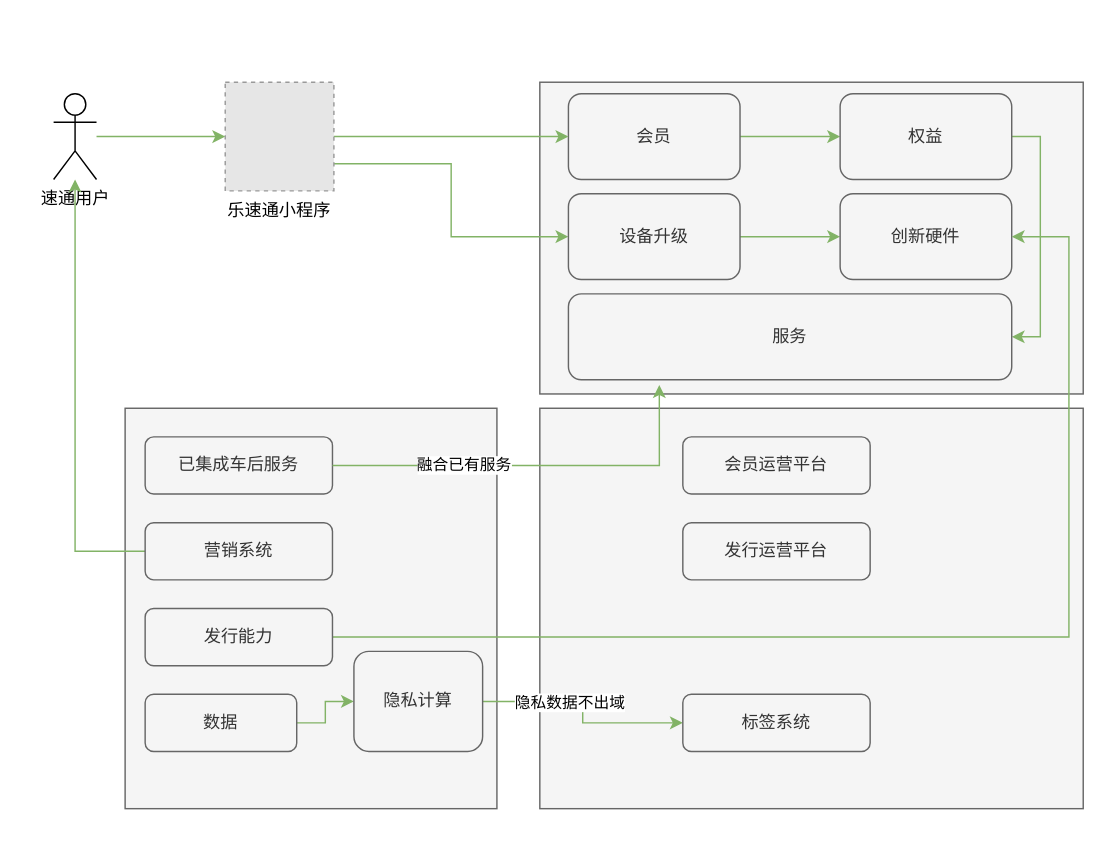
Above: test.drawio in gzwine/fashen (draw.io), before the change. Source tidied: cells renumbered, new cells numbered last; positions are measured from the earlier drawing's top-left corner, leaving out a move shared by most shapes. Both pictures are drawn from the tidied source at 143%, with x=0, y=0 at pixel (53, 82). Pictures stored in the file or linked from it are replaced by grey dashed boxes.
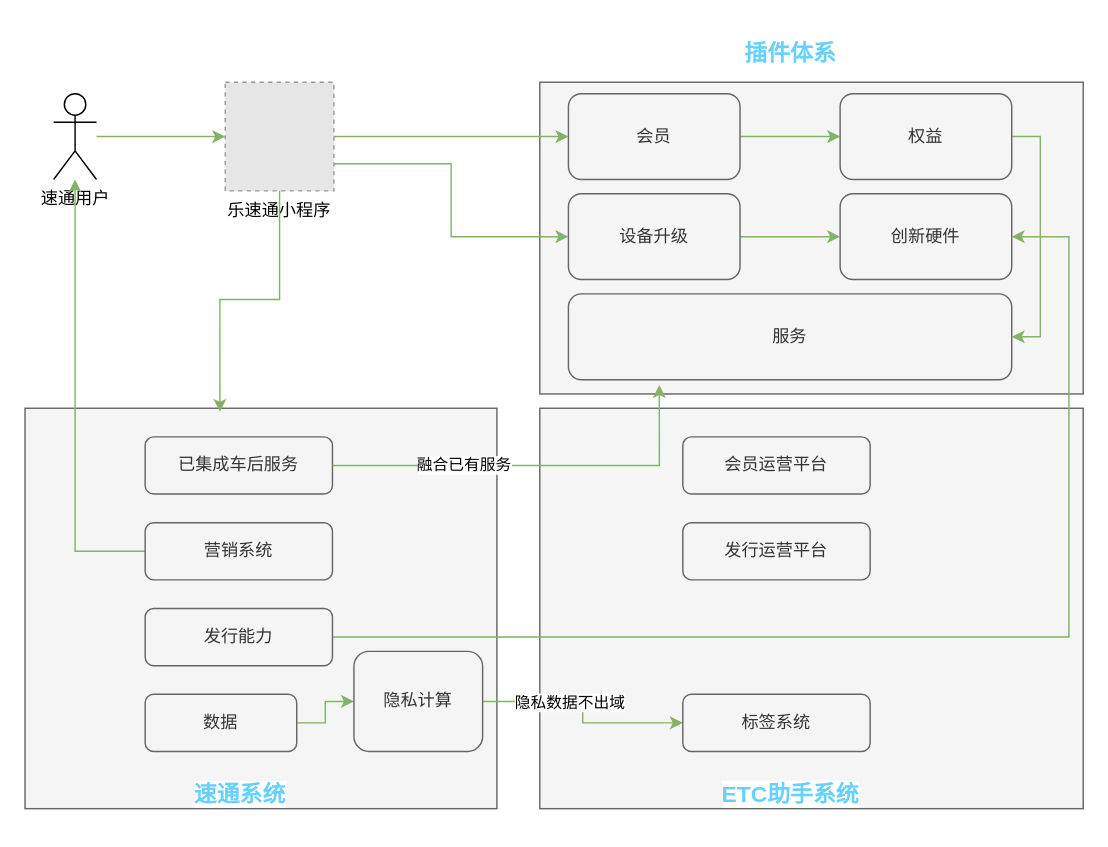
The same page after the edit.

Unchanged cells that the change refers to:
```xml
<mxCell id="7" value="乐速通小程序" style="fillColor=#E6E6E6;strokeColor=#999999;dashed=1;verticalLabelPosition=bottom;labelBackgroundColor=default;verticalAlign=top;" parent="1" vertex="1">
  <mxGeometry x="120" width="76" height="76" as="geometry" />
</mxCell>
```

Diff of the diagram source:
```diff
@@
     <mxCell id="16" style="rounded=0;whiteSpace=wrap;html=1;glass=0;strokeColor=#666666;align=center;verticalAlign=middle;fontFamily=Helvetica;fontSize=11;fontColor=default;labelBackgroundColor=default;fillColor=#f5f5f5;" parent="1" vertex="1">
-      <mxGeometry x="50" y="228" width="260" height="280" as="geometry" />
+      <mxGeometry x="-20" y="228" width="330" height="280" as="geometry" />
     </mxCell>
@@
+    <mxCell id="33" style="edgeStyle=orthogonalEdgeStyle;shape=connector;rounded=0;jettySize=auto;html=1;exitX=0.5;exitY=1;exitDx=0;exitDy=0;entryX=0.413;entryY=0.009;entryDx=0;entryDy=0;entryPerimeter=0;strokeColor=#82b366;align=center;verticalAlign=middle;fontFamily=Helvetica;fontSize=11;fontColor=default;labelBackgroundColor=default;endArrow=classic;flowAnimation=1;fillColor=#d5e8d4;" parent="1" edge="1" source="7" target="16">
+      <mxGeometry relative="1" as="geometry" />
+    </mxCell>
+    <mxCell id="34" value="速通系统" style="text;strokeColor=none;fillColor=none;html=1;fontSize=16;fontStyle=1;verticalAlign=middle;align=center;fontFamily=Helvetica;fontColor=#66D1FF;labelBackgroundColor=default;" parent="1" vertex="1">
+      <mxGeometry x="79.5" y="478" width="100" height="40" as="geometry" />
+    </mxCell>
+    <mxCell id="35" value="ETC助手系统" style="text;strokeColor=none;fillColor=none;html=1;fontSize=16;fontStyle=1;verticalAlign=middle;align=center;fontFamily=Helvetica;fontColor=#66D1FF;labelBackgroundColor=default;" parent="1" vertex="1">
+      <mxGeometry x="465" y="478" width="100" height="40" as="geometry" />
+    </mxCell>
+    <mxCell id="36" value="插件体系" style="text;strokeColor=none;fillColor=none;html=1;fontSize=16;fontStyle=1;verticalAlign=middle;align=center;fontFamily=Helvetica;fontColor=#66D1FF;labelBackgroundColor=default;" parent="1" vertex="1">
+      <mxGeometry x="465" y="-40" width="100" height="40" as="geometry" />
+    </mxCell>
```
